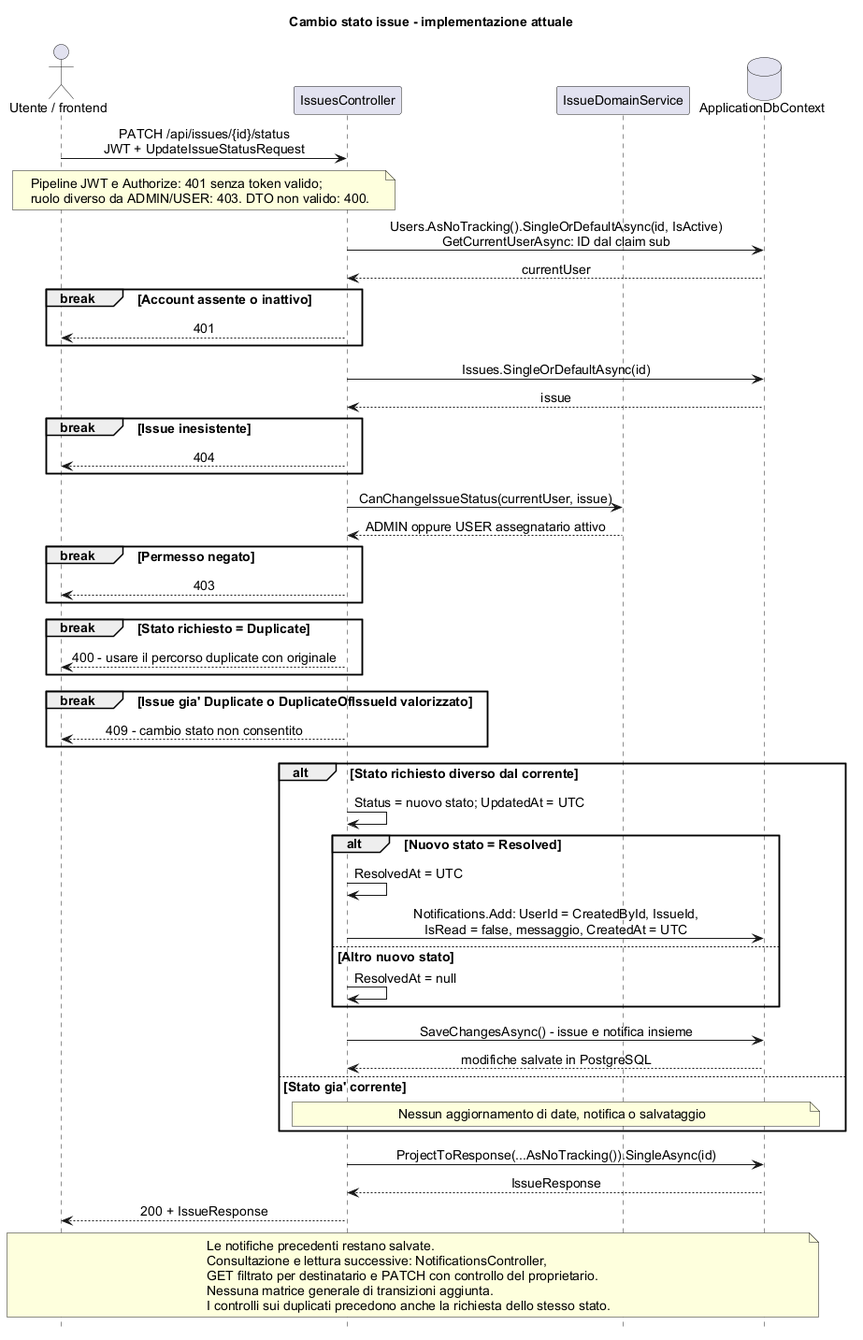
Valeriop03/BugBoard26 keeps this PlantUML diagram as Documentazione/Secondo homework/diagrammi_comportamentali/sequence_cambio_stato.png. Above is the earlier version.
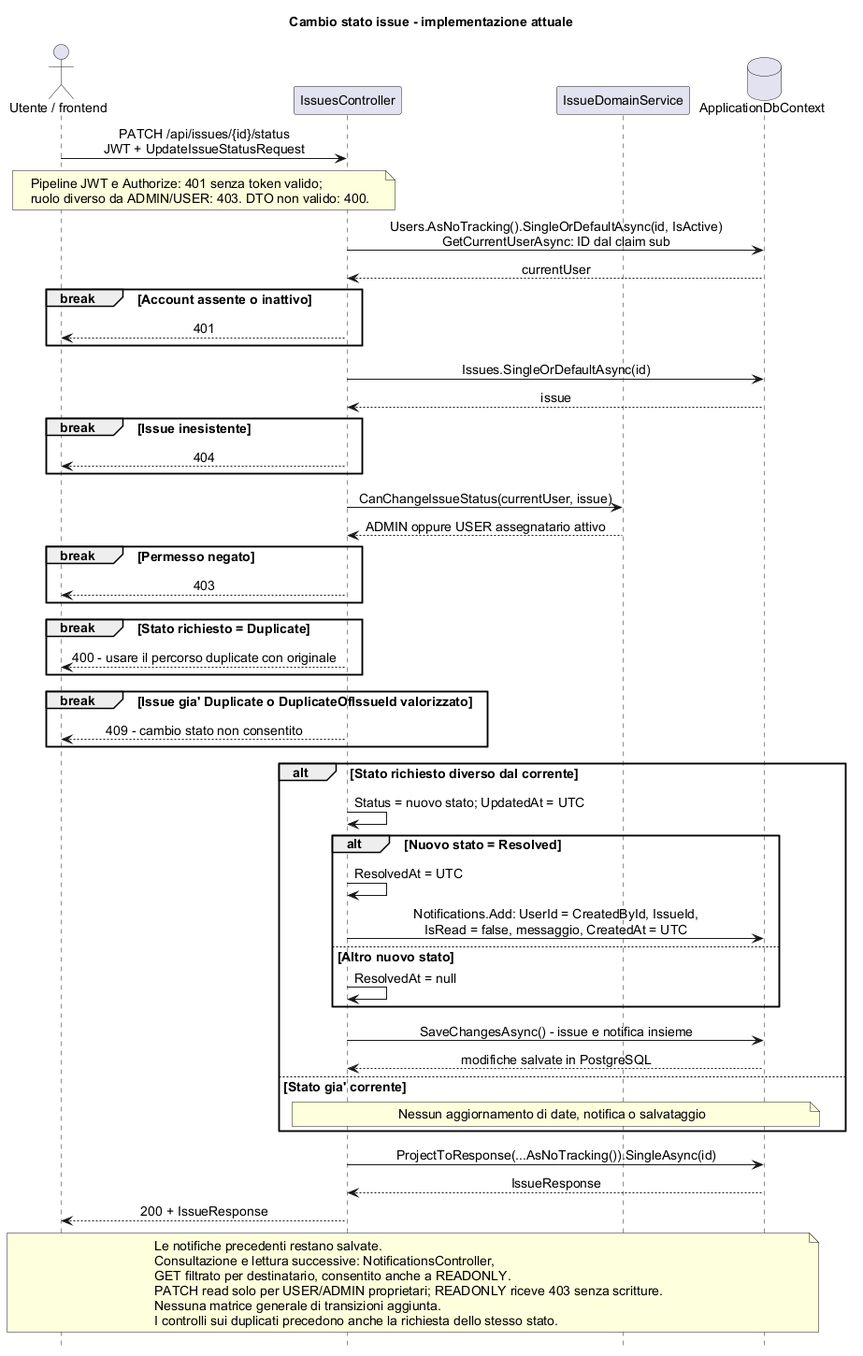
The same file after the commit.

What changed in the source:
```diff
@@ -60,7 +60,8 @@
 note over User, Db
   Le notifiche precedenti restano salvate.
   Consultazione e lettura successive: NotificationsController,
-  GET filtrato per destinatario e PATCH con controllo del proprietario.
+  GET filtrato per destinatario, consentito anche a READONLY.
+  PATCH read solo per USER/ADMIN proprietari; READONLY riceve 403 senza scritture.
   Nessuna matrice generale di transizioni aggiunta.
   I controlli sui duplicati precedono anche la richiesta dello stesso stato.
 end note
```
